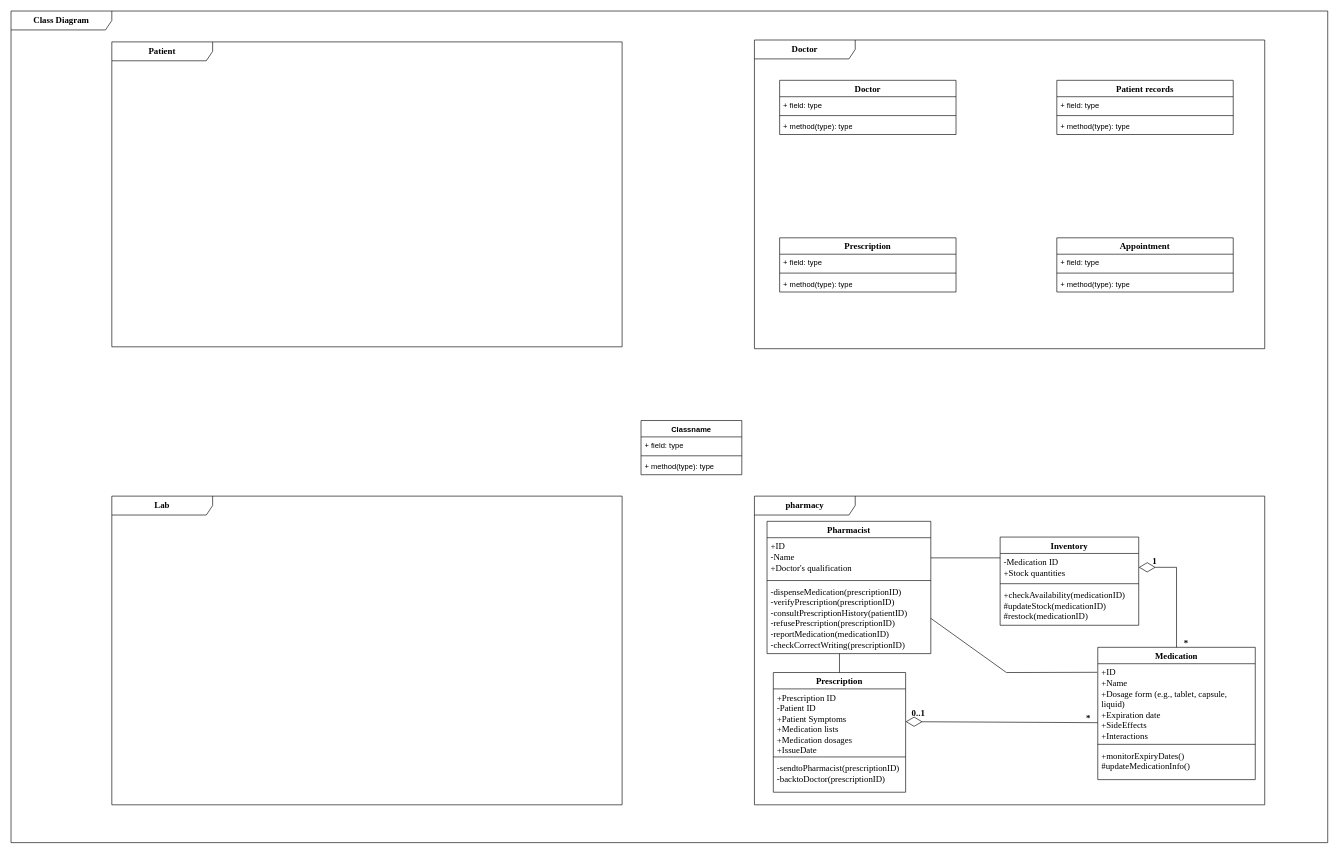
Above: Class Diagram.drawio in FOMOKN/Software-Engineering (draw.io), before the change. Source tidied: cells renumbered, new cells numbered last; positions are measured from the earlier drawing's top-left corner, leaving out a move shared by most shapes. Both pictures are drawn from the tidied source at 63%, with x=0, y=0 at pixel (11, 11).
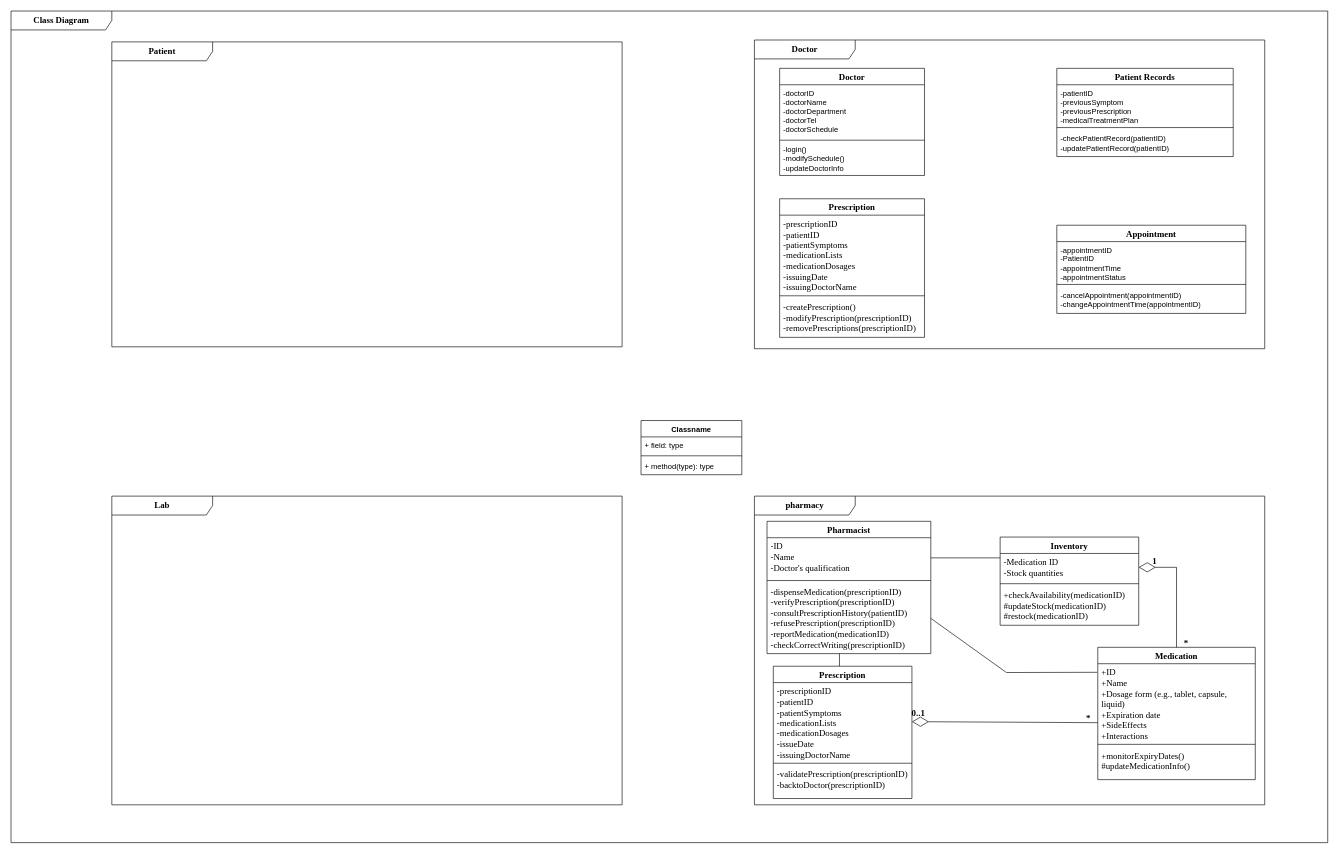
Above is the later version.

The change refers to these unchanged cells:
```xml
<mxCell id="2" value="&lt;font size=&quot;1&quot; face=&quot;Times New Roman&quot;&gt;&lt;b style=&quot;font-size: 14px;&quot;&gt;pharmacy&lt;/b&gt;&lt;/font&gt;" style="shape=umlFrame;whiteSpace=wrap;html=1;width=160;" parent="1" vertex="1">
  <mxGeometry x="1180" y="770" width="810" height="490" as="geometry" />
</mxCell>
<mxCell id="7" value="Inventory" style="swimlane;fontStyle=1;align=center;verticalAlign=top;horizontal=1;startSize=26;whiteSpace=wrap;html=1;fontFamily=Times New Roman;fontSize=14;" parent="2" vertex="1">
  <mxGeometry x="390" y="65" width="220" height="140" as="geometry" />
</mxCell>
<mxCell id="15" value="&lt;font style=&quot;font-size: 14px;&quot; face=&quot;Times New Roman&quot;&gt;Pharmacist&lt;/font&gt;" style="swimlane;fontStyle=1;align=center;verticalAlign=top;horizontal=1;startSize=26;whiteSpace=wrap;html=1;" parent="2" vertex="1">
  <mxGeometry x="20" y="40" width="260" height="210" as="geometry" />
</mxCell>
<mxCell id="21" value="*" style="text;html=1;align=center;verticalAlign=middle;points=[];strokeColor=none;fillColor=none;fontFamily=Times New Roman;fontSize=14;fontStyle=1;" parent="2" vertex="1">
  <mxGeometry x="515" y="339" width="30" height="30" as="geometry" />
</mxCell>
<mxCell id="28" value="&lt;font style=&quot;font-size: 14px;&quot; face=&quot;Times New Roman&quot;&gt;&lt;b&gt;Class Diagram&lt;/b&gt;&lt;/font&gt;" style="shape=umlFrame;whiteSpace=wrap;html=1;width=160;" parent="1" vertex="1">
  <mxGeometry width="2090" height="1320" as="geometry" />
</mxCell>
<mxCell id="31" value="&lt;font style=&quot;font-size: 14px;&quot; face=&quot;Times New Roman&quot;&gt;&lt;b&gt;Doctor&lt;/b&gt;&lt;/font&gt;" style="shape=umlFrame;whiteSpace=wrap;html=1;width=160;" parent="28" vertex="1">
  <mxGeometry x="1180" y="46" width="810" height="490" as="geometry" />
</mxCell>
```

Change to the diagram source:
```diff
@@
-    <mxCell id="8" value="-Medication ID&lt;br style=&quot;font-size: 14px;&quot;&gt;+Stock quantities" style="text;strokeColor=none;fillColor=none;align=left;verticalAlign=top;spacingLeft=4;spacingRight=4;overflow=hidden;points=[[0,0.5],[1,0.5]];portConstraint=eastwest;whiteSpace=wrap;html=1;fontFamily=Times New Roman;fontSize=14;" parent="7" vertex="1">
+    <mxCell id="8" value="-Medication ID&lt;br style=&quot;font-size: 14px;&quot;&gt;-Stock quantities" style="text;strokeColor=none;fillColor=none;align=left;verticalAlign=top;spacingLeft=4;spacingRight=4;overflow=hidden;points=[[0,0.5],[1,0.5]];portConstraint=eastwest;whiteSpace=wrap;html=1;fontFamily=Times New Roman;fontSize=14;" parent="7" vertex="1">
       <mxGeometry y="26" width="220" height="44" as="geometry" />
     </mxCell>
@@
-    <mxCell id="11" value="&lt;font style=&quot;font-size: 14px;&quot;&gt;Prescription&lt;/font&gt;" style="swimlane;fontStyle=1;align=center;verticalAlign=top;horizontal=1;startSize=26;whiteSpace=wrap;html=1;fontFamily=Times New Roman;" parent="2" vertex="1">
-      <mxGeometry x="30" y="280" width="210" height="190" as="geometry" />
-    </mxCell>
-    <mxCell id="12" value="+Prescription ID&lt;br&gt;-Patient ID&lt;br style=&quot;font-size: 14px;&quot;&gt;+Patient Symptoms&lt;br style=&quot;font-size: 14px;&quot;&gt;+Medication lists&lt;br style=&quot;font-size: 14px;&quot;&gt;+Medication dosages&lt;br&gt;+IssueDate" style="text;strokeColor=none;fillColor=none;align=left;verticalAlign=top;spacingLeft=4;spacingRight=4;overflow=hidden;points=[[0,0.5],[1,0.5]];portConstraint=eastwest;whiteSpace=wrap;html=1;fontFamily=Times New Roman;fontSize=14;" parent="11" vertex="1">
-      <mxGeometry y="26" width="210" height="104" as="geometry" />
-    </mxCell>
-    <mxCell id="13" style="line;strokeWidth=1;fillColor=none;align=left;verticalAlign=middle;spacingTop=-1;spacingLeft=3;spacingRight=3;labelPosition=right;strokeColor=inherit;" parent="11" vertex="1">
-      <mxGeometry y="130" width="210" height="8" as="geometry" />
-    </mxCell>
-    <mxCell id="14" value="-sendtoPharmacist(prescriptionID)&lt;br&gt;-backtoDoctor(prescriptionID)" style="text;strokeColor=none;fillColor=none;align=left;verticalAlign=top;spacingLeft=4;spacingRight=4;overflow=hidden;whiteSpace=wrap;html=1;fontFamily=Times New Roman;fontSize=14;" parent="11" vertex="1">
-      <mxGeometry y="138" width="210" height="52" as="geometry" />
-    </mxCell>
@@
-    <mxCell id="16" value="+ID&lt;br&gt;-Name&lt;br style=&quot;font-size: 14px;&quot;&gt;+Doctor's qualification" style="text;strokeColor=none;fillColor=none;align=left;verticalAlign=top;spacingLeft=4;spacingRight=4;overflow=hidden;points=[[0,0.5],[1,0.5]];portConstraint=eastwest;whiteSpace=wrap;html=1;fontFamily=Times New Roman;fontSize=14;" parent="15" vertex="1">
+    <mxCell id="16" value="-ID&lt;br&gt;-Name&lt;br style=&quot;font-size: 14px;&quot;&gt;-Doctor's qualification" style="text;strokeColor=none;fillColor=none;align=left;verticalAlign=top;spacingLeft=4;spacingRight=4;overflow=hidden;points=[[0,0.5],[1,0.5]];portConstraint=eastwest;whiteSpace=wrap;html=1;fontFamily=Times New Roman;fontSize=14;" parent="15" vertex="1">
       <mxGeometry y="26" width="260" height="64" as="geometry" />
     </mxCell>
@@
-    <mxCell id="19" style="endArrow=diamondThin;endFill=0;endSize=24;html=1;rounded=0;exitX=1;exitY=0.687;exitDx=0;exitDy=0;entryX=1;entryY=0.5;entryDx=0;entryDy=0;exitPerimeter=0;" parent="2" edge="1" source="21" target="12">
-      <mxGeometry relative="1" as="geometry" />
-    </mxCell>
@@
-    <mxCell id="26" style="endArrow=none;html=1;rounded=0;entryX=0.5;entryY=0;entryDx=0;entryDy=0;" parent="2" edge="1" target="11">
+    <mxCell id="26" style="endArrow=none;html=1;rounded=0;" parent="2" edge="1">
       <mxGeometry relative="1" as="geometry">
         <mxPoint x="135" y="250" as="sourcePoint" />
+        <mxPoint x="135" y="270" as="targetPoint" />
       </mxGeometry>
     </mxCell>
@@
     <mxCell id="32" value="&lt;font style=&quot;font-size: 14px;&quot; face=&quot;Times New Roman&quot;&gt;Doctor&lt;/font&gt;" style="swimlane;fontStyle=1;align=center;verticalAlign=top;horizontal=1;startSize=26;whiteSpace=wrap;html=1;" parent="31" vertex="1">
-      <mxGeometry x="40" y="64" width="280" height="86" as="geometry" />
+      <mxGeometry x="40" y="45" width="230" height="170" as="geometry" />
     </mxCell>
-    <mxCell id="33" value="+ field: type" style="text;strokeColor=none;fillColor=none;align=left;verticalAlign=top;spacingLeft=4;spacingRight=4;overflow=hidden;whiteSpace=wrap;html=1;" parent="32" vertex="1">
-      <mxGeometry y="26" width="280" height="26" as="geometry" />
+    <mxCell id="33" value="-doctorID&lt;br&gt;-doctorName&lt;br&gt;-doctorDepartment&lt;br&gt;-doctorTel&lt;br&gt;-doctorSchedule" style="text;strokeColor=none;fillColor=none;align=left;verticalAlign=top;spacingLeft=4;spacingRight=4;overflow=hidden;whiteSpace=wrap;html=1;" parent="32" vertex="1">
+      <mxGeometry y="26" width="230" height="84" as="geometry" />
     </mxCell>
     <mxCell id="34" style="line;strokeWidth=1;fillColor=none;align=left;verticalAlign=middle;spacingTop=-1;spacingLeft=3;spacingRight=3;labelPosition=right;strokeColor=inherit;" parent="32" vertex="1">
-      <mxGeometry y="52" width="280" height="8" as="geometry" />
+      <mxGeometry y="110" width="230" height="8" as="geometry" />
     </mxCell>
-    <mxCell id="35" value="+ method(type): type" style="text;strokeColor=none;fillColor=none;align=left;verticalAlign=top;spacingLeft=4;spacingRight=4;overflow=hidden;whiteSpace=wrap;html=1;" parent="32" vertex="1">
-      <mxGeometry y="60" width="280" height="26" as="geometry" />
+    <mxCell id="35" value="-login()&lt;br&gt;-modifySchedule()&lt;br&gt;-updateDoctorInfo" style="text;strokeColor=none;fillColor=none;align=left;verticalAlign=middle;spacingLeft=4;spacingRight=4;overflow=hidden;whiteSpace=wrap;html=1;" parent="32" vertex="1">
+      <mxGeometry y="118" width="230" height="52" as="geometry" />
     </mxCell>
-    <mxCell id="36" value="&lt;font face=&quot;Times New Roman&quot; style=&quot;font-size: 14px;&quot;&gt;Prescription&lt;/font&gt;" style="swimlane;fontStyle=1;align=center;verticalAlign=top;horizontal=1;startSize=26;whiteSpace=wrap;html=1;" parent="31" vertex="1">
-      <mxGeometry x="40" y="314" width="280" height="86" as="geometry" />
-    </mxCell>
-    <mxCell id="37" value="+ field: type" style="text;strokeColor=none;fillColor=none;align=left;verticalAlign=top;spacingLeft=4;spacingRight=4;overflow=hidden;whiteSpace=wrap;html=1;" parent="36" vertex="1">
-      <mxGeometry y="26" width="280" height="26" as="geometry" />
-    </mxCell>
-    <mxCell id="38" style="line;strokeWidth=1;fillColor=none;align=left;verticalAlign=middle;spacingTop=-1;spacingLeft=3;spacingRight=3;labelPosition=right;strokeColor=inherit;" parent="36" vertex="1">
-      <mxGeometry y="52" width="280" height="8" as="geometry" />
-    </mxCell>
-    <mxCell id="39" value="+ method(type): type" style="text;strokeColor=none;fillColor=none;align=left;verticalAlign=top;spacingLeft=4;spacingRight=4;overflow=hidden;whiteSpace=wrap;html=1;" parent="36" vertex="1">
-      <mxGeometry y="60" width="280" height="26" as="geometry" />
-    </mxCell>
     <mxCell id="40" value="&lt;font face=&quot;Times New Roman&quot; style=&quot;font-size: 14px;&quot;&gt;Appointment&lt;/font&gt;" style="swimlane;fontStyle=1;align=center;verticalAlign=top;horizontal=1;startSize=26;whiteSpace=wrap;html=1;" parent="31" vertex="1">
-      <mxGeometry x="480" y="314" width="280" height="86" as="geometry" />
+      <mxGeometry x="480" y="294" width="300" height="140" as="geometry" />
     </mxCell>
-    <mxCell id="41" value="+ field: type" style="text;strokeColor=none;fillColor=none;align=left;verticalAlign=top;spacingLeft=4;spacingRight=4;overflow=hidden;whiteSpace=wrap;html=1;" parent="40" vertex="1">
-      <mxGeometry y="26" width="280" height="26" as="geometry" />
+    <mxCell id="41" value="-appointmentID&lt;br&gt;-PatientID&lt;br&gt;-appointmentTime&lt;br&gt;-appointmentStatus" style="text;strokeColor=none;fillColor=none;align=left;verticalAlign=top;spacingLeft=4;spacingRight=4;overflow=hidden;whiteSpace=wrap;html=1;" parent="40" vertex="1">
+      <mxGeometry y="26" width="300" height="64" as="geometry" />
     </mxCell>
     <mxCell id="42" style="line;strokeWidth=1;fillColor=none;align=left;verticalAlign=middle;spacingTop=-1;spacingLeft=3;spacingRight=3;labelPosition=right;strokeColor=inherit;" parent="40" vertex="1">
-      <mxGeometry y="52" width="280" height="8" as="geometry" />
+      <mxGeometry y="90" width="300" height="8" as="geometry" />
     </mxCell>
-    <mxCell id="43" value="+ method(type): type" style="text;strokeColor=none;fillColor=none;align=left;verticalAlign=top;spacingLeft=4;spacingRight=4;overflow=hidden;whiteSpace=wrap;html=1;" parent="40" vertex="1">
-      <mxGeometry y="60" width="280" height="26" as="geometry" />
+    <mxCell id="43" value="-cancelAppointment(appointmentID)&lt;br&gt;-changeAppointmentTime(appointmentID)" style="text;strokeColor=none;fillColor=none;align=left;verticalAlign=top;spacingLeft=4;spacingRight=4;overflow=hidden;whiteSpace=wrap;html=1;" parent="40" vertex="1">
+      <mxGeometry y="98" width="300" height="42" as="geometry" />
     </mxCell>
-    <mxCell id="44" value="&lt;font face=&quot;Times New Roman&quot; style=&quot;font-size: 14px;&quot;&gt;Patient records&lt;/font&gt;" style="swimlane;fontStyle=1;align=center;verticalAlign=top;horizontal=1;startSize=26;whiteSpace=wrap;html=1;" parent="31" vertex="1">
-      <mxGeometry x="480" y="64" width="280" height="86" as="geometry" />
+    <mxCell id="44" value="&lt;font face=&quot;Times New Roman&quot; style=&quot;font-size: 14px;&quot;&gt;Patient Records&lt;/font&gt;" style="swimlane;fontStyle=1;align=center;verticalAlign=top;horizontal=1;startSize=26;whiteSpace=wrap;html=1;" parent="31" vertex="1">
+      <mxGeometry x="480" y="45" width="280" height="140" as="geometry" />
     </mxCell>
-    <mxCell id="45" value="+ field: type" style="text;strokeColor=none;fillColor=none;align=left;verticalAlign=top;spacingLeft=4;spacingRight=4;overflow=hidden;whiteSpace=wrap;html=1;" parent="44" vertex="1">
-      <mxGeometry y="26" width="280" height="26" as="geometry" />
+    <mxCell id="45" value="-patientID&lt;br&gt;-previousSymptom&lt;br&gt;-previousPrescription&lt;br&gt;-medicalTreatmentPlan" style="text;strokeColor=none;fillColor=none;align=left;verticalAlign=top;spacingLeft=4;spacingRight=4;overflow=hidden;whiteSpace=wrap;html=1;" parent="44" vertex="1">
+      <mxGeometry y="26" width="280" height="64" as="geometry" />
     </mxCell>
     <mxCell id="46" style="line;strokeWidth=1;fillColor=none;align=left;verticalAlign=middle;spacingTop=-1;spacingLeft=3;spacingRight=3;labelPosition=right;strokeColor=inherit;" parent="44" vertex="1">
-      <mxGeometry y="52" width="280" height="8" as="geometry" />
+      <mxGeometry y="90" width="280" height="8" as="geometry" />
     </mxCell>
-    <mxCell id="47" value="+ method(type): type" style="text;strokeColor=none;fillColor=none;align=left;verticalAlign=top;spacingLeft=4;spacingRight=4;overflow=hidden;whiteSpace=wrap;html=1;" parent="44" vertex="1">
-      <mxGeometry y="60" width="280" height="26" as="geometry" />
+    <mxCell id="47" value="-checkPatientRecord(patientID)&lt;br style=&quot;border-color: var(--border-color);&quot;&gt;-updatePatientRecord(patientID)" style="text;strokeColor=none;fillColor=none;align=left;verticalAlign=middle;spacingLeft=4;spacingRight=4;overflow=hidden;whiteSpace=wrap;html=1;" parent="44" vertex="1">
+      <mxGeometry y="98" width="280" height="42" as="geometry" />
     </mxCell>
+    <mxCell id="36" value="&lt;font style=&quot;font-size: 14px;&quot;&gt;Prescription&lt;/font&gt;" style="swimlane;fontStyle=1;align=center;verticalAlign=top;horizontal=1;startSize=26;whiteSpace=wrap;html=1;fontFamily=Times New Roman;" parent="31" vertex="1">
+      <mxGeometry x="40" y="252" width="230" height="220" as="geometry" />
+    </mxCell>
+    <mxCell id="52" value="&lt;font face=&quot;Times New Roman&quot;&gt;-prescriptionID&lt;br&gt;-patientID&lt;br style=&quot;font-size: 14px;&quot;&gt;-patientSymptoms&lt;br style=&quot;font-size: 14px;&quot;&gt;-medicationLists&lt;br style=&quot;font-size: 14px;&quot;&gt;-medicationDosages&lt;br&gt;-issuingDate&lt;br&gt;-issuingDoctorName&lt;/font&gt;" style="text;strokeColor=none;fillColor=none;align=left;verticalAlign=top;spacingLeft=4;spacingRight=4;overflow=hidden;whiteSpace=wrap;html=1;fontFamily=Times New Roman;fontSize=14;" parent="36" vertex="1">
+      <mxGeometry y="26" width="230" height="124" as="geometry" />
+    </mxCell>
+    <mxCell id="53" style="line;strokeWidth=1;fillColor=none;align=left;verticalAlign=middle;spacingTop=-1;spacingLeft=3;spacingRight=3;labelPosition=right;strokeColor=inherit;" parent="36" vertex="1">
+      <mxGeometry y="150" width="230" height="8" as="geometry" />
+    </mxCell>
+    <mxCell id="54" value="-createPrescription()&lt;br&gt;-modifyPrescription(prescriptionID)&lt;br&gt;-removePrescriptions(prescriptionID)" style="text;strokeColor=none;fillColor=none;align=left;verticalAlign=top;spacingLeft=4;spacingRight=4;overflow=hidden;whiteSpace=wrap;html=1;fontFamily=Times New Roman;fontSize=14;" parent="36" vertex="1">
+      <mxGeometry y="158" width="230" height="62" as="geometry" />
+    </mxCell>
@@
+    <mxCell id="11" value="&lt;font style=&quot;font-size: 14px;&quot;&gt;Prescription&lt;/font&gt;" style="swimlane;fontStyle=1;align=center;verticalAlign=top;horizontal=1;startSize=26;whiteSpace=wrap;html=1;fontFamily=Times New Roman;" parent="28" vertex="1">
+      <mxGeometry x="1210" y="1040" width="220" height="210" as="geometry" />
+    </mxCell>
+    <mxCell id="12" value="-prescriptionID&lt;br style=&quot;border-color: var(--border-color);&quot;&gt;-patientID&lt;br style=&quot;border-color: var(--border-color);&quot;&gt;-patientSymptoms&lt;br style=&quot;border-color: var(--border-color);&quot;&gt;-medicationLists&lt;br style=&quot;border-color: var(--border-color);&quot;&gt;-medicationDosages&lt;br style=&quot;border-color: var(--border-color);&quot;&gt;-issueDate&lt;br style=&quot;border-color: var(--border-color);&quot;&gt;-issuingDoctorName" style="text;strokeColor=none;fillColor=none;align=left;verticalAlign=top;spacingLeft=4;spacingRight=4;overflow=hidden;points=[[0,0.5],[1,0.5]];portConstraint=eastwest;whiteSpace=wrap;html=1;fontFamily=Times New Roman;fontSize=14;" parent="11" vertex="1">
+      <mxGeometry y="26" width="220" height="124" as="geometry" />
+    </mxCell>
+    <mxCell id="13" style="line;strokeWidth=1;fillColor=none;align=left;verticalAlign=middle;spacingTop=-1;spacingLeft=3;spacingRight=3;labelPosition=right;strokeColor=inherit;" parent="11" vertex="1">
+      <mxGeometry y="150" width="220" height="8" as="geometry" />
+    </mxCell>
+    <mxCell id="14" value="-validatePrescription(prescriptionID)&lt;br&gt;-backtoDoctor(prescriptionID)" style="text;strokeColor=none;fillColor=none;align=left;verticalAlign=top;spacingLeft=4;spacingRight=4;overflow=hidden;whiteSpace=wrap;html=1;fontFamily=Times New Roman;fontSize=14;" parent="11" vertex="1">
+      <mxGeometry y="158" width="220" height="52" as="geometry" />
+    </mxCell>
+    <mxCell id="19" style="endArrow=diamondThin;endFill=0;endSize=24;html=1;rounded=0;exitX=1;exitY=0.687;exitDx=0;exitDy=0;entryX=1;entryY=0.5;entryDx=0;entryDy=0;exitPerimeter=0;" parent="1" edge="1" source="21" target="12">
+      <mxGeometry relative="1" as="geometry" />
+    </mxCell>
```
